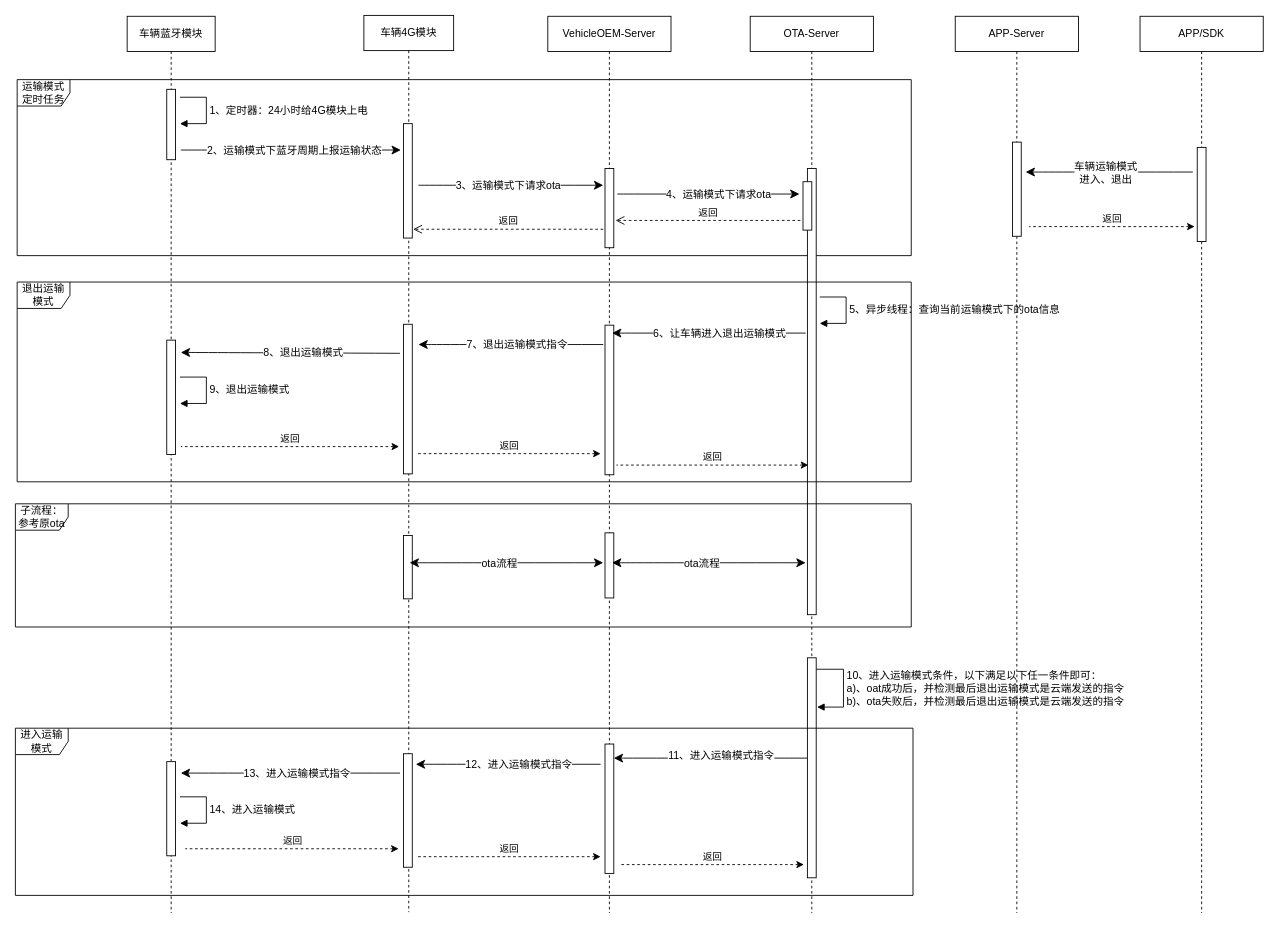
The draw.io diagram kda/4、运输模式下ota流程.drawio in jianguocong/chart, before the edit. Source tidied: cells renumbered, new cells numbered last; positions are measured from the earlier drawing's top-left corner, leaving out a move shared by most shapes. Both pictures are drawn from the tidied source at 88%, with x=0, y=0 at pixel (15, 15).
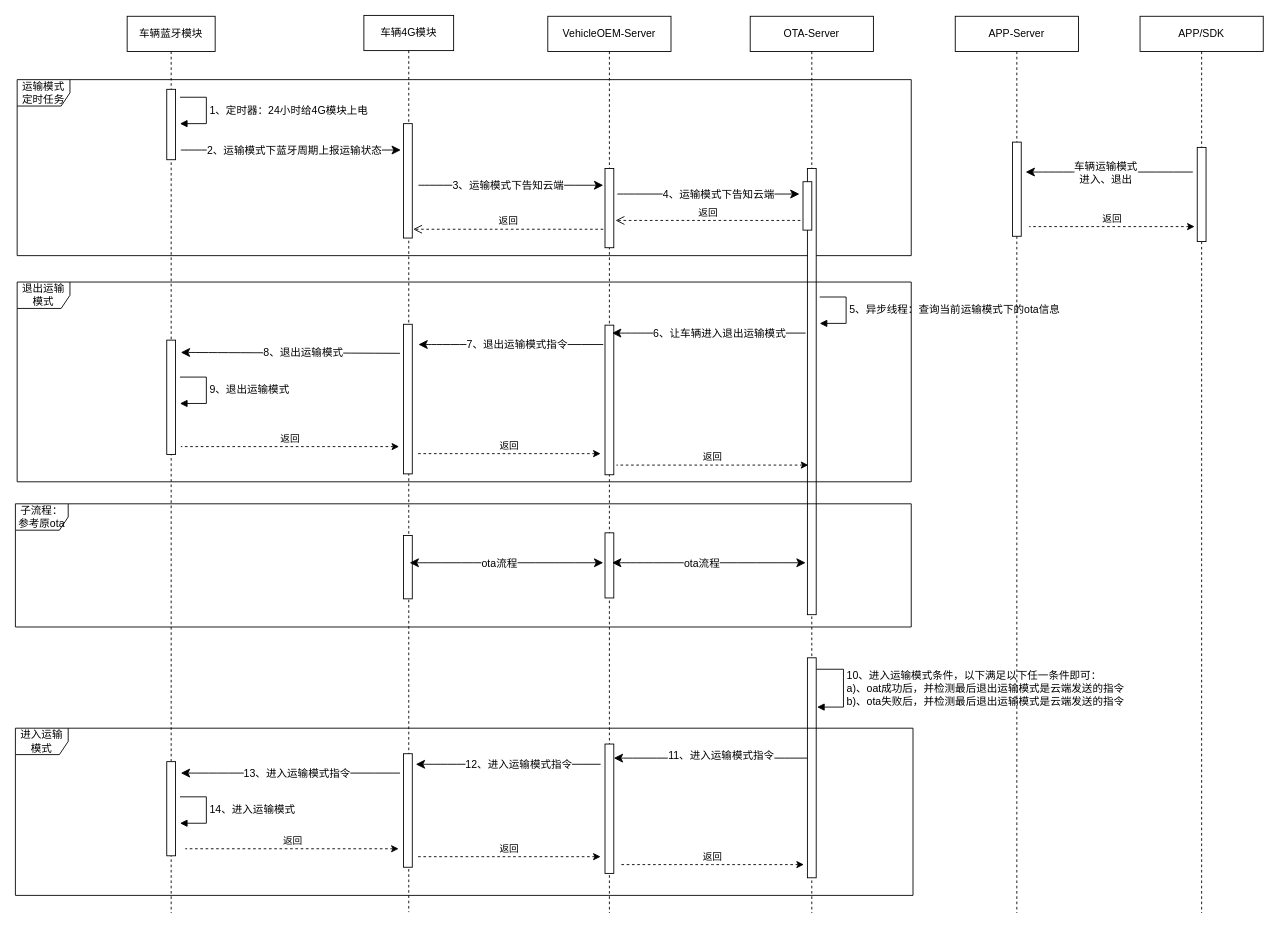
Above is the later version.

Unchanged cells that the change refers to:
```xml
<mxCell id="35" style="endArrow=classic;html=1;rounded=0;fontSize=12;startSize=8;endSize=8;curved=1;" parent="1" edge="1">
  <mxGeometry relative="1" as="geometry">
    <mxPoint x="458" y="193" as="sourcePoint" />
    <mxPoint x="668" y="193" as="targetPoint" />
  </mxGeometry>
</mxCell>
<mxCell id="37" style="endArrow=classic;html=1;rounded=0;fontSize=12;startSize=8;endSize=8;curved=1;" parent="1" edge="1">
  <mxGeometry relative="1" as="geometry">
    <mxPoint x="684" y="203" as="sourcePoint" />
    <mxPoint x="891" y="203" as="targetPoint" />
  </mxGeometry>
</mxCell>
```

The edit, as a diff of the source:
```diff
@@
-    <mxCell id="36" value="3、运输模式下请求ota" style="edgeLabel;html=1;align=center;verticalAlign=middle;fontSize=12;" parent="35" vertex="1">
+    <mxCell id="36" value="3、运输模式下告知云端" style="edgeLabel;html=1;align=center;verticalAlign=middle;fontSize=12;" parent="35" vertex="1">
       <mxGeometry x="-0.02" y="1" relative="1" as="geometry">
         <mxPoint x="-2" y="1" as="offset" />
       </mxGeometry>
     </mxCell>
@@
-    <mxCell id="38" value="4、运输模式下请求ota" style="edgeLabel;html=1;align=center;verticalAlign=middle;fontSize=12;" parent="37" vertex="1">
+    <mxCell id="38" value="4、运输模式下告知云端" style="edgeLabel;html=1;align=center;verticalAlign=middle;fontSize=12;" parent="37" vertex="1">
       <mxGeometry x="-0.02" y="1" relative="1" as="geometry">
         <mxPoint x="13" y="1" as="offset" />
       </mxGeometry>
     </mxCell>
```
